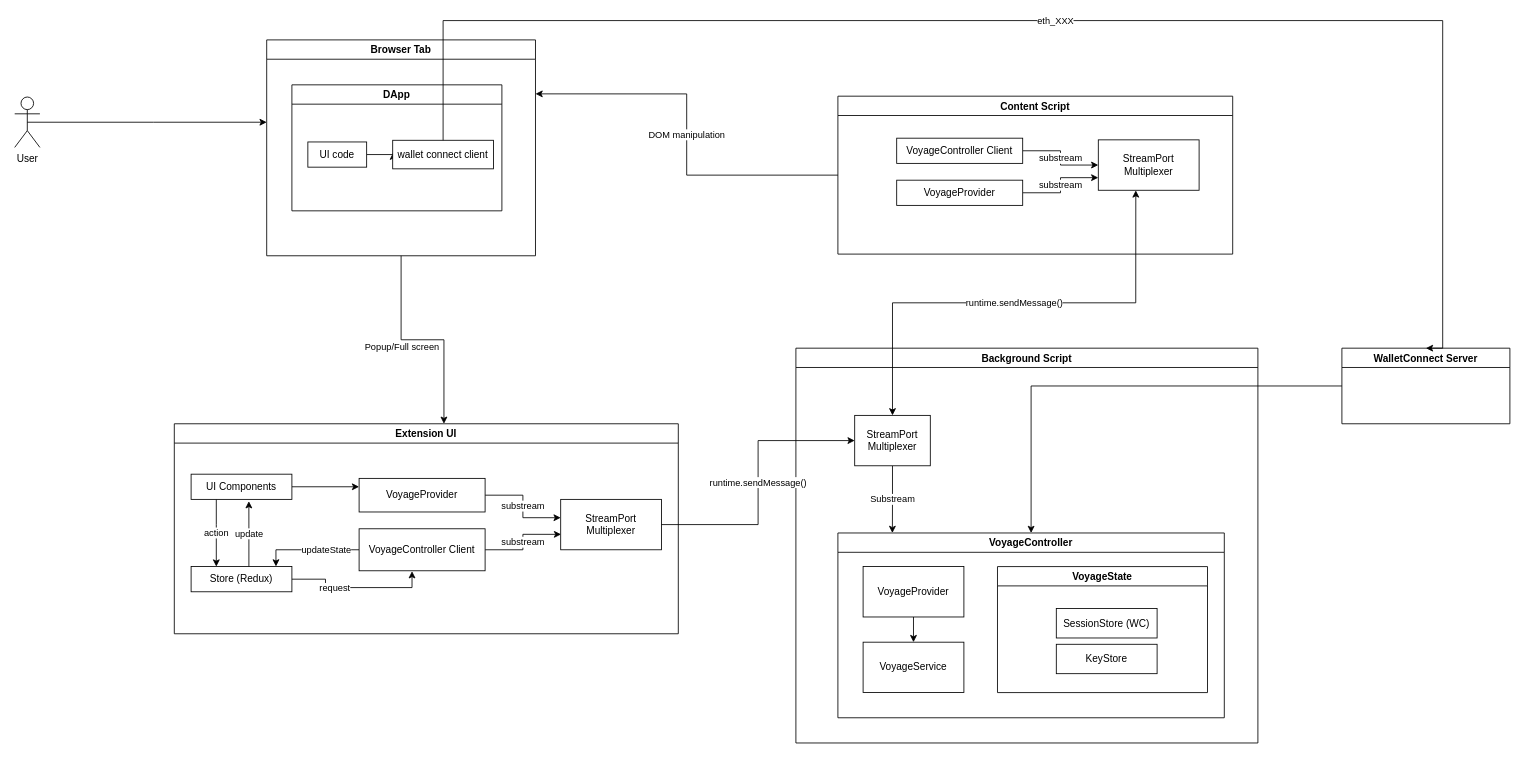
Before: docs/architecure.drawio in voyage-finance/voyage-extension, a draw.io diagram. Source tidied: cells renumbered, new cells numbered last; positions are measured from the earlier drawing's top-left corner, leaving out a move shared by most shapes. Both pictures are drawn from the tidied source at 84%, with x=0, y=0 at pixel (14, 20).
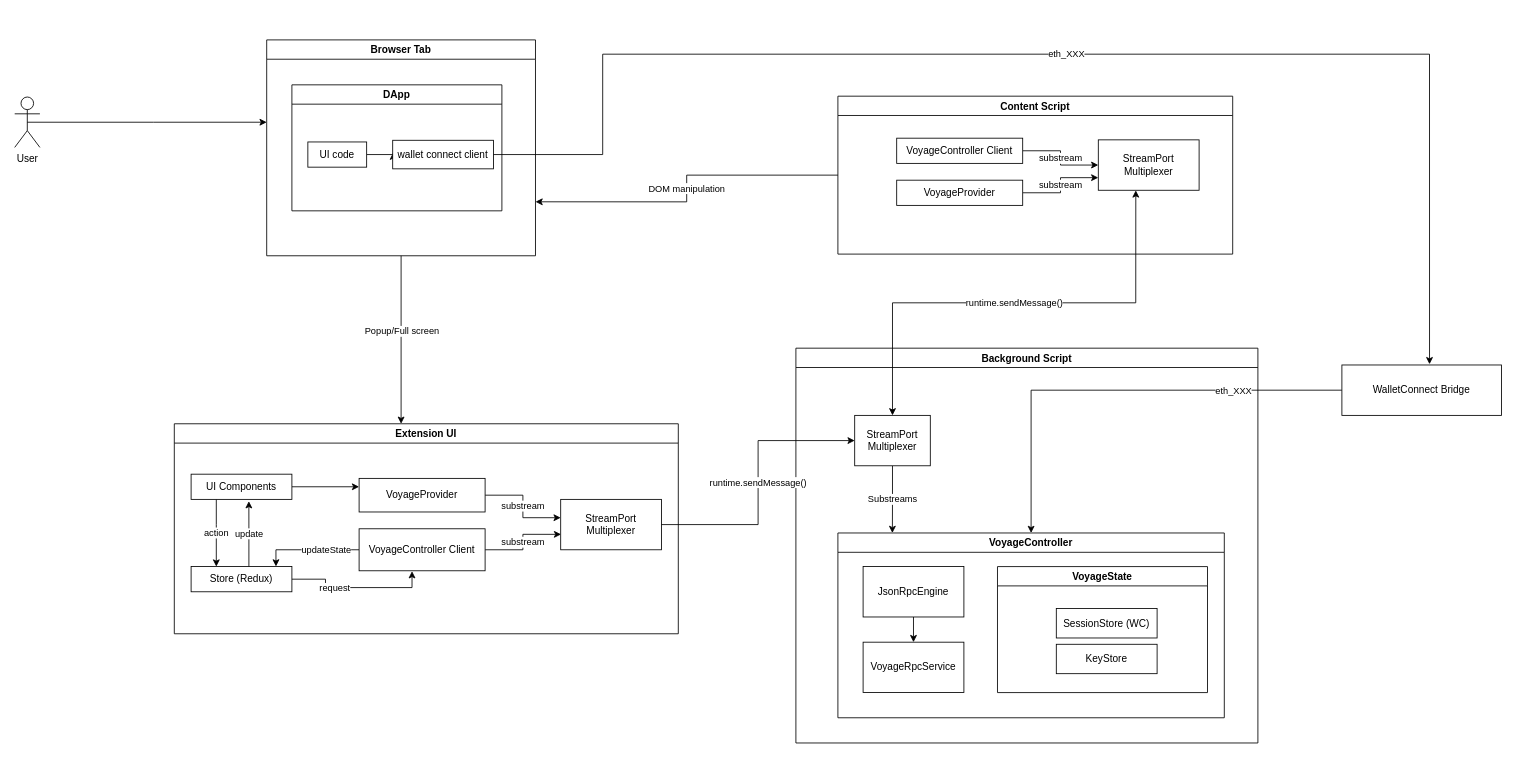
Above is the later version.

Unchanged cells that the change refers to:
```xml
<mxCell id="6" value="Extension UI" style="swimlane;" parent="1" vertex="1">
  <mxGeometry x="190" y="480" width="600" height="250" as="geometry" />
</mxCell>
<mxCell id="22" value="Browser Tab" style="swimlane;" parent="1" vertex="1">
  <mxGeometry x="300" y="23" width="320" height="257" as="geometry" />
</mxCell>
<mxCell id="26" value="wallet connect client" style="rounded=0;whiteSpace=wrap;html=1;" parent="23" vertex="1">
  <mxGeometry x="120" y="66" width="120" height="34" as="geometry" />
</mxCell>
<mxCell id="28" value="Content Script" style="swimlane;" parent="1" vertex="1">
  <mxGeometry x="980" y="90" width="470" height="188" as="geometry" />
</mxCell>
<mxCell id="34" value="Background Script" style="swimlane;" parent="1" vertex="1">
  <mxGeometry x="930" y="390" width="550" height="470" as="geometry" />
</mxCell>
<mxCell id="35" value="VoyageController" style="swimlane;" parent="34" vertex="1">
  <mxGeometry x="50" y="220" width="460" height="220" as="geometry" />
</mxCell>
<mxCell id="43" value="StreamPort Multiplexer" style="rounded=0;whiteSpace=wrap;html=1;" parent="34" vertex="1">
  <mxGeometry x="70" y="80" width="90" height="60" as="geometry" />
</mxCell>
```

The edit, as a diff of the source:
```diff
@@
-    <mxCell id="4" style="edgeStyle=orthogonalEdgeStyle;rounded=0;jettySize=auto;html=1;startArrow=none;startFill=0;endArrow=classic;endFill=1;" parent="1" edge="1" source="5" target="35">
+    <mxCell id="4" style="edgeStyle=orthogonalEdgeStyle;rounded=0;jettySize=auto;html=1;startArrow=none;startFill=0;endArrow=classic;endFill=1;exitX=0;exitY=0.5;exitDx=0;exitDy=0;" parent="1" edge="1" source="48" target="35">
       <mxGeometry relative="1" as="geometry" />
     </mxCell>
-    <mxCell id="5" value="WalletConnect Server" style="swimlane;startSize=23;" parent="1" vertex="1">
-      <mxGeometry x="1580" y="390" width="200" height="90" as="geometry" />
-    </mxCell>
+    <mxCell id="47" value="eth_XXX" style="edgeLabel;html=1;align=center;verticalAlign=middle;" parent="4" vertex="1">
+      <mxGeometry x="-0.71" y="1" relative="1" as="geometry">
+        <mxPoint x="-52" y="-1" as="offset" />
+      </mxGeometry>
+    </mxCell>
@@
-    <mxCell id="20" style="edgeStyle=orthogonalEdgeStyle;rounded=0;jettySize=auto;html=1;exitX=0.5;exitY=1;exitDx=0;exitDy=0;entryX=0.535;entryY=0;entryDx=0;entryDy=0;entryPerimeter=0;" parent="1" edge="1" source="22" target="6">
-      <mxGeometry relative="1" as="geometry" />
+    <mxCell id="20" style="edgeStyle=orthogonalEdgeStyle;rounded=0;jettySize=auto;html=1;exitX=0.5;exitY=1;exitDx=0;exitDy=0;" parent="1" edge="1" source="22">
+      <mxGeometry relative="1" as="geometry">
+        <mxPoint x="460" y="480" as="targetPoint" />
+        <Array as="points">
+          <mxPoint x="460" y="480" />
+        </Array>
+      </mxGeometry>
     </mxCell>
@@
-    <mxCell id="27" value="DOM manipulation" style="edgeStyle=orthogonalEdgeStyle;rounded=0;jettySize=auto;html=1;entryX=1;entryY=0.25;entryDx=0;entryDy=0;startArrow=none;startFill=0;endArrow=classic;endFill=1;" parent="1" edge="1" source="28" target="22">
+    <mxCell id="27" value="DOM manipulation" style="edgeStyle=orthogonalEdgeStyle;rounded=0;jettySize=auto;html=1;entryX=1;entryY=0.75;entryDx=0;entryDy=0;startArrow=none;startFill=0;endArrow=classic;endFill=1;" parent="1" edge="1" source="28" target="22">
       <mxGeometry relative="1" as="geometry" />
     </mxCell>
@@
-    <mxCell id="36" value="VoyageService" style="rounded=0;whiteSpace=wrap;html=1;" parent="35" vertex="1">
+    <mxCell id="36" value="VoyageRpcService" style="rounded=0;whiteSpace=wrap;html=1;" parent="35" vertex="1">
       <mxGeometry x="30" y="130" width="120" height="60" as="geometry" />
     </mxCell>
@@
-    <mxCell id="41" value="VoyageProvider" style="rounded=0;whiteSpace=wrap;html=1;" parent="35" vertex="1">
+    <mxCell id="41" value="JsonRpcEngine" style="rounded=0;whiteSpace=wrap;html=1;" parent="35" vertex="1">
       <mxGeometry x="30" y="40" width="120" height="60" as="geometry" />
     </mxCell>
-    <mxCell id="42" value="Substream" style="edgeStyle=orthogonalEdgeStyle;rounded=0;jettySize=auto;html=1;exitX=0.5;exitY=1;exitDx=0;exitDy=0;entryX=0.141;entryY=0;entryDx=0;entryDy=0;entryPerimeter=0;" parent="34" edge="1" source="43" target="35">
+    <mxCell id="42" value="Substreams" style="edgeStyle=orthogonalEdgeStyle;rounded=0;jettySize=auto;html=1;exitX=0.5;exitY=1;exitDx=0;exitDy=0;entryX=0.141;entryY=0;entryDx=0;entryDy=0;entryPerimeter=0;" parent="34" edge="1" source="43" target="35">
       <mxGeometry relative="1" as="geometry" />
     </mxCell>
@@
-    <mxCell id="44" value="eth_XXX" style="edgeStyle=orthogonalEdgeStyle;rounded=0;jettySize=auto;html=1;entryX=0.5;entryY=0;entryDx=0;entryDy=0;" parent="1" edge="1" source="26" target="5">
+    <mxCell id="44" value="eth_XXX" style="edgeStyle=orthogonalEdgeStyle;rounded=0;jettySize=auto;html=1;entryX=0.549;entryY=-0.015;entryDx=0;entryDy=0;entryPerimeter=0;" parent="1" edge="1" source="26" target="48">
       <mxGeometry relative="1" as="geometry">
         <Array as="points">
-          <mxPoint x="510" />
-          <mxPoint x="1700" />
+          <mxPoint x="700" y="160" />
+          <mxPoint x="700" y="40" />
+          <mxPoint x="1684" y="40" />
         </Array>
       </mxGeometry>
     </mxCell>
@@
+    <mxCell id="48" value="WalletConnect Bridge" style="rounded=0;whiteSpace=wrap;html=1;" parent="1" vertex="1">
+      <mxGeometry x="1580" y="410" width="190" height="60" as="geometry" />
+    </mxCell>
```
